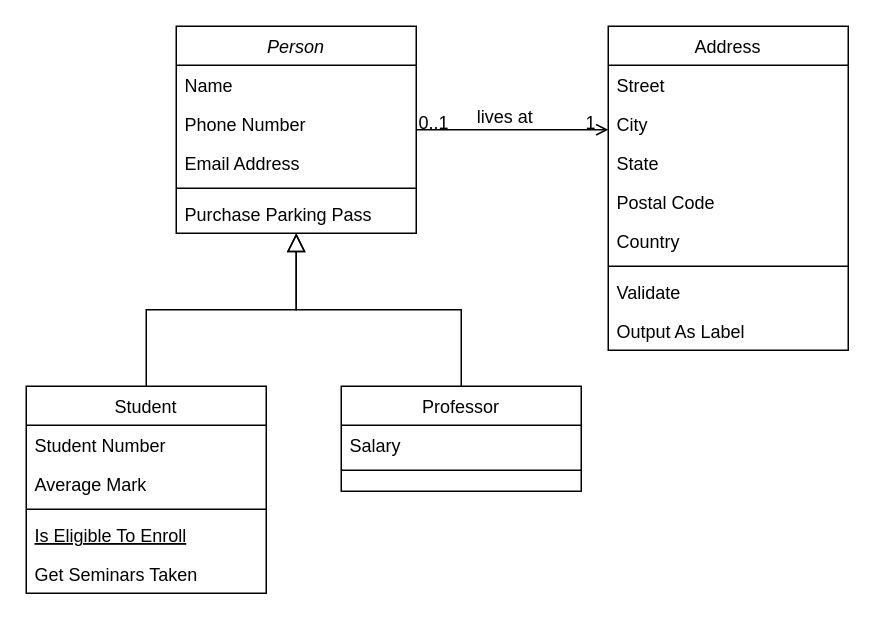
This is 제목 없는 다이어그램.drawio from NOEL-code/madcamp_3, a draw.io file, before an edit. Source tidied: cells renumbered, new cells numbered last; positions are measured from the earlier drawing's top-left corner, leaving out a move shared by most shapes. Both pictures are drawn from the tidied source at 150%, with x=0, y=0 at pixel (26, 26).
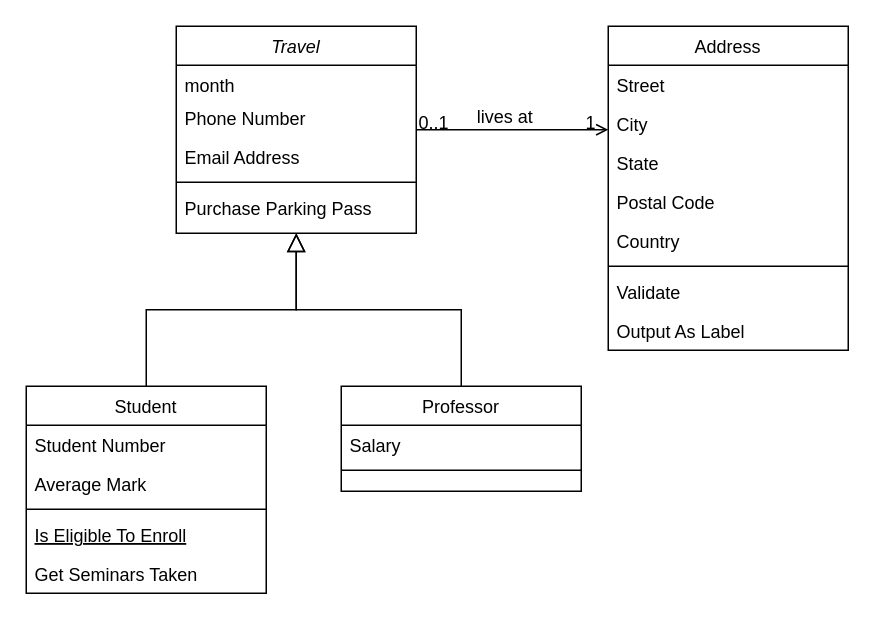
The same diagram, later.

Commit message:
제목 없는 다이어그램.drawio 업데이트

What changed in the source:
```diff
@@
-    <mxCell id="2" value="Person" style="swimlane;fontStyle=2;align=center;verticalAlign=top;horizontal=1;startSize=26;rounded=0;shadow=0;strokeWidth=1;" parent="1" vertex="1">
+    <mxCell id="2" value="Travel" style="swimlane;fontStyle=2;align=center;verticalAlign=top;horizontal=1;startSize=26;rounded=0;shadow=0;strokeWidth=1;" parent="1" vertex="1">
       <mxGeometry x="100" width="160" height="138" as="geometry" />
     </mxCell>
-    <mxCell id="3" value="Name" style="text;align=left;verticalAlign=top;spacingLeft=4;spacingRight=4;overflow=hidden;" parent="2" vertex="1">
-      <mxGeometry y="26" width="160" height="26" as="geometry" />
+    <mxCell id="3" value="month&#10;" style="text;align=left;verticalAlign=top;spacingLeft=4;spacingRight=4;overflow=hidden;" parent="2" vertex="1">
+      <mxGeometry y="26" width="160" height="22" as="geometry" />
     </mxCell>
     <mxCell id="4" value="Phone Number" style="text;align=left;verticalAlign=top;spacingLeft=4;spacingRight=4;overflow=hidden;rounded=0;shadow=0;html=0;" parent="2" vertex="1">
-      <mxGeometry y="52" width="160" height="26" as="geometry" />
+      <mxGeometry y="48" width="160" height="26" as="geometry" />
     </mxCell>
     <mxCell id="5" value="Email Address" style="text;align=left;verticalAlign=top;spacingLeft=4;spacingRight=4;overflow=hidden;rounded=0;shadow=0;html=0;" parent="2" vertex="1">
-      <mxGeometry y="78" width="160" height="26" as="geometry" />
+      <mxGeometry y="74" width="160" height="26" as="geometry" />
     </mxCell>
     <mxCell id="6" style="line;html=1;strokeWidth=1;align=left;verticalAlign=middle;spacingTop=-1;spacingLeft=3;spacingRight=3;labelPosition=right;" parent="2" vertex="1">
-      <mxGeometry y="104" width="160" height="8" as="geometry" />
+      <mxGeometry y="100" width="160" height="8" as="geometry" />
     </mxCell>
     <mxCell id="7" value="Purchase Parking Pass" style="text;align=left;verticalAlign=top;spacingLeft=4;spacingRight=4;overflow=hidden;" parent="2" vertex="1">
-      <mxGeometry y="112" width="160" height="26" as="geometry" />
+      <mxGeometry y="108" width="160" height="26" as="geometry" />
     </mxCell>
```
